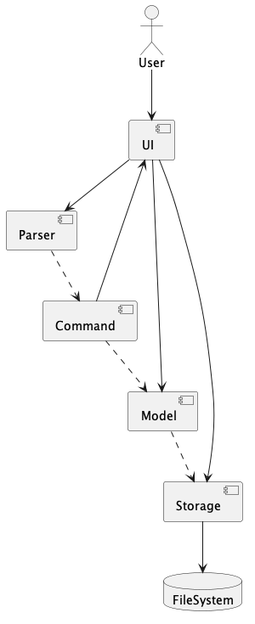
This is docs/diagrams/ArchitectureDiagram.png from chwenyee/tp, a PlantUML export, as it was before one commit.
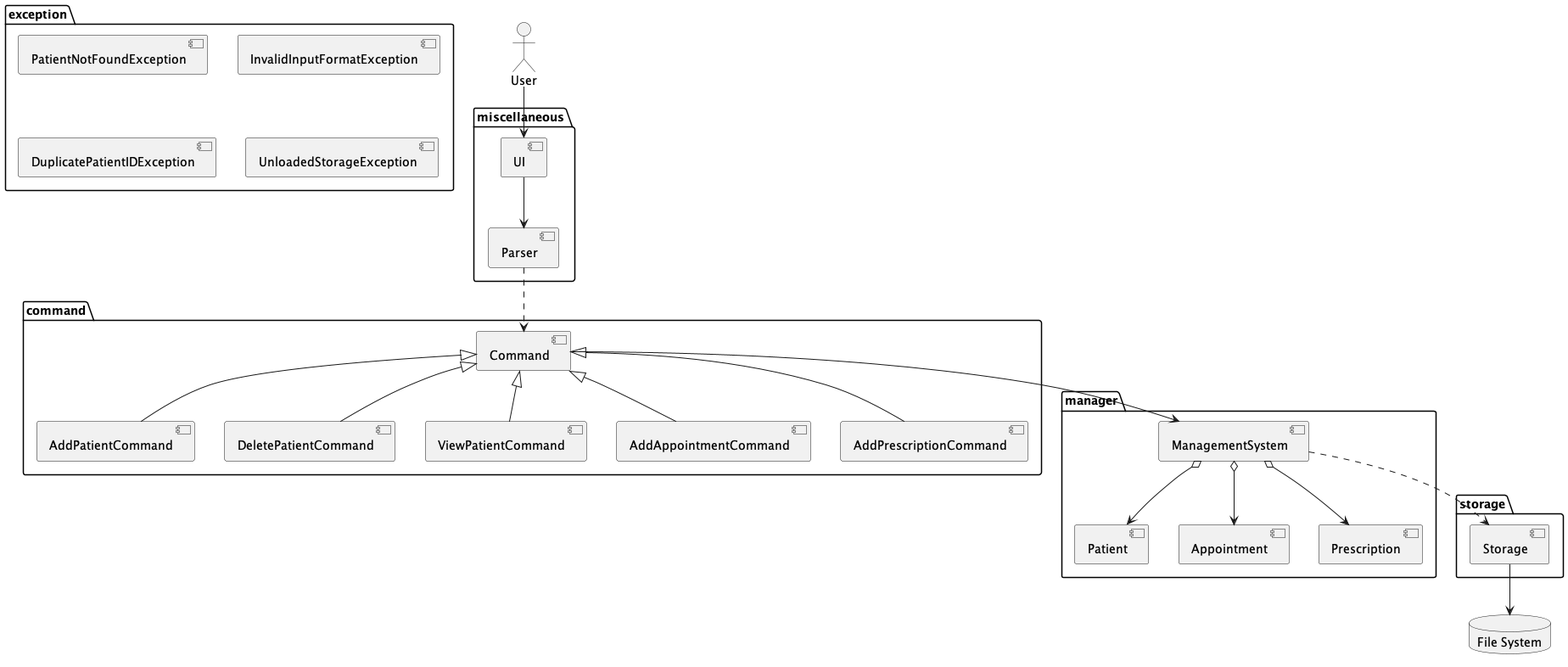
Later version of the same file.

Commit message:
Update architecture diagrams and documentation to use exact package names from codebase

The edit, as a diff of the source:
```diff
@@ -1,20 +1,55 @@
 @startuml
 actor User
-component UI
-component Parser
-component Command
-component Model
-component Storage
-database FileSystem
 
-User --> UI
-UI --> Parser
-Parser ..> Command
-Command ..> Model
-Command --> UI
+package "miscellaneous" {
+  [UI]
+  [Parser]
+}
 
-UI --> Model
-UI --> Storage
-Model ..> Storage
-Storage --> FileSystem
+package "command" {
+  [AddPatientCommand]
+  [DeletePatientCommand]
+  [ViewPatientCommand]
+  [AddAppointmentCommand]
+  [AddPrescriptionCommand]
+  [Command]
+  [Command] <|-- [AddPatientCommand]
+  [Command] <|-- [DeletePatientCommand]
+  [Command] <|-- [ViewPatientCommand]
+  [Command] <|-- [AddAppointmentCommand]
+  [Command] <|-- [AddPrescriptionCommand]
+}
+
+package "manager" {
+  [Patient]
+  [Appointment]
+  [Prescription]
+  [ManagementSystem]
+
+  [ManagementSystem] o--> [Patient]
+  [ManagementSystem] o--> [Appointment]
+  [ManagementSystem] o--> [Prescription]
+}
+
+package "storage" {
+  [Storage]
+}
+
+package "exception" {
+  [PatientNotFoundException]
+  [InvalidInputFormatException]
+  [DuplicatePatientIDException]
+  [UnloadedStorageException]
+}
+
+database "File System" as filesystem
+
+User --> [UI]
+[UI] --> [Parser]
+[Parser] ..> [Command]
+[Command] --> [ManagementSystem]
+
+[ManagementSystem] ..> [Storage]
+[Storage] --> filesystem
+
 @enduml
```
